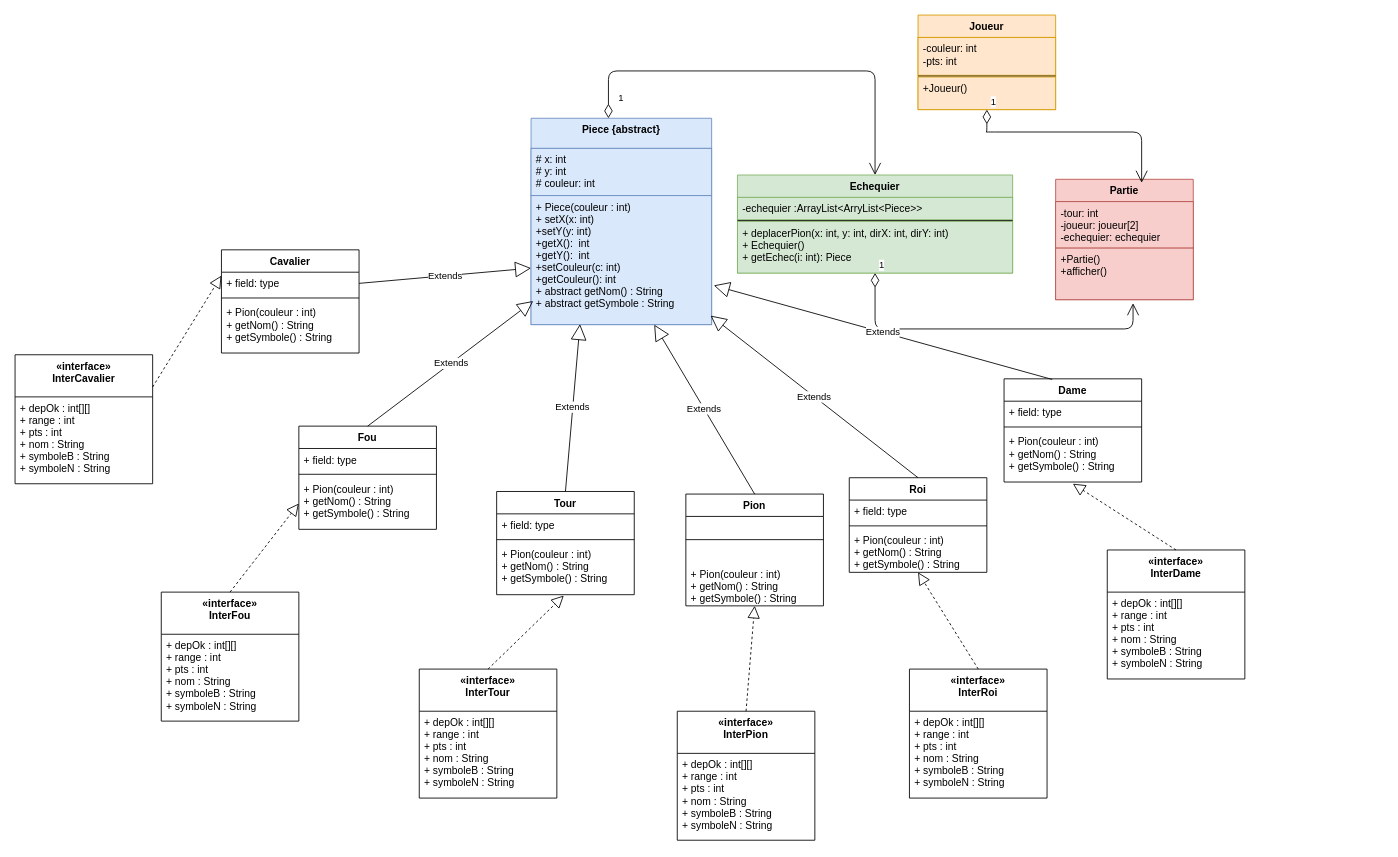
LordPax/ProjetJava keeps this draw.io diagram as diagrammes/diagramme.drawio. Above is the earlier version. Source tidied: cells renumbered, new cells numbered last; positions are measured from the earlier drawing's top-left corner, leaving out a move shared by most shapes. Both pictures are drawn from the tidied source at 86%, with x=0, y=0 at pixel (15, 15).
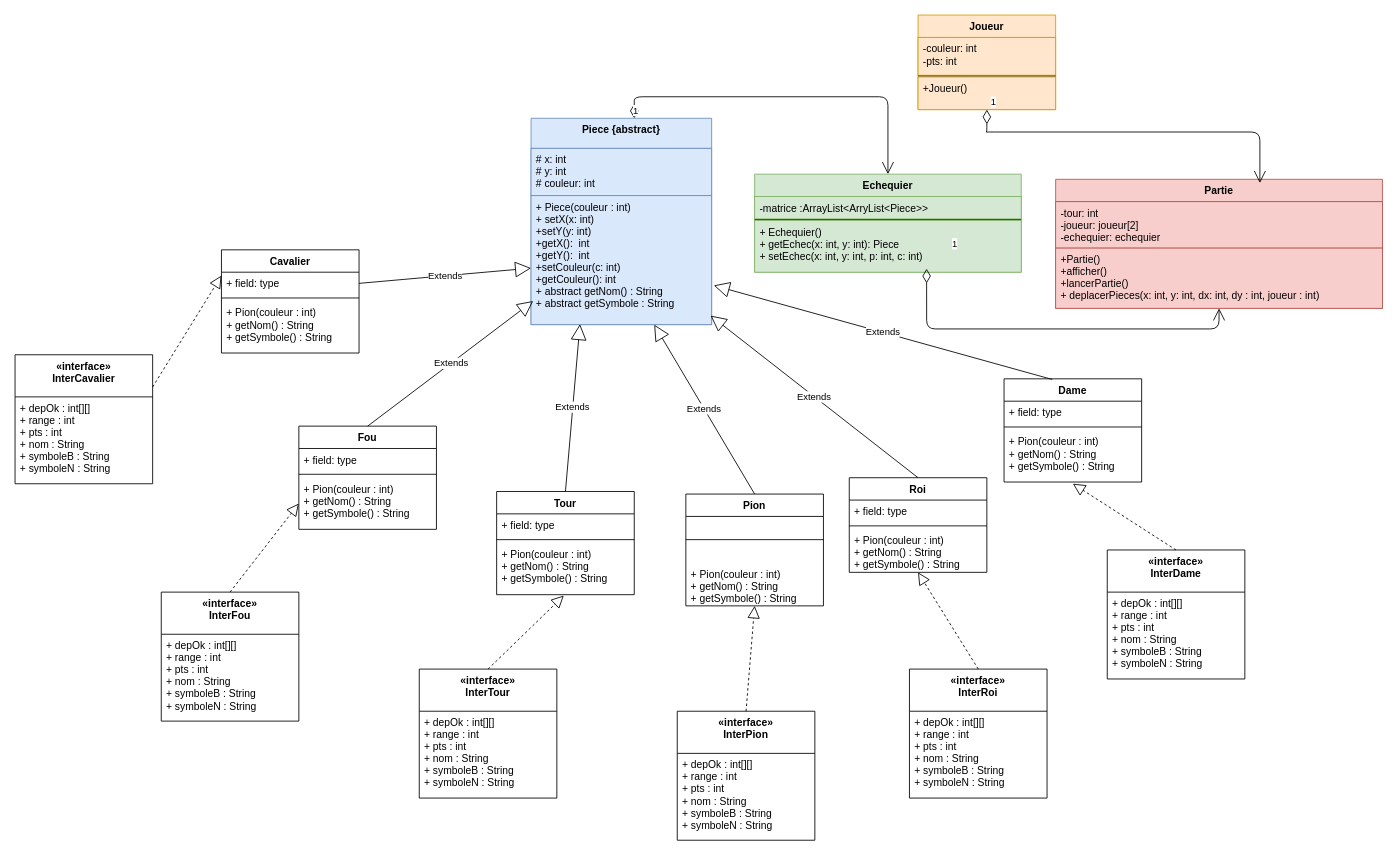
After the change.

Unchanged cells that the change refers to:
```xml
<mxCell id="2" value="Piece {abstract}" style="swimlane;fontStyle=1;align=center;verticalAlign=top;horizontal=1;startSize=35;fillColor=#dae8fc;strokeColor=#6c8ebf;" parent="1" vertex="1">
  <mxGeometry x="600" y="120" width="210" height="240" as="geometry" />
</mxCell>
```

Diff of the diagram source:
```diff
@@
     <mxCell id="6" value="Echequier" style="swimlane;fontStyle=1;align=center;verticalAlign=top;horizontal=1;startSize=26;fillColor=#d5e8d4;strokeColor=#82b366;" parent="1" vertex="1">
-      <mxGeometry x="840" y="186" width="320" height="114" as="geometry" />
+      <mxGeometry x="860" y="185" width="310" height="114" as="geometry" />
     </mxCell>
-    <mxCell id="7" value="-echequier :ArrayList&lt;ArryList&lt;Piece&gt;&gt;" style="text;strokeColor=#82b366;fillColor=#d5e8d4;align=left;verticalAlign=top;spacingLeft=4;spacingRight=4;overflow=hidden;" parent="6" vertex="1">
-      <mxGeometry y="26" width="320" height="26" as="geometry" />
+    <mxCell id="7" value="-matrice :ArrayList&lt;ArryList&lt;Piece&gt;&gt;" style="text;strokeColor=#82b366;fillColor=#d5e8d4;align=left;verticalAlign=top;spacingLeft=4;spacingRight=4;overflow=hidden;" parent="6" vertex="1">
+      <mxGeometry y="26" width="310" height="26" as="geometry" />
     </mxCell>
     <mxCell id="8" style="line;strokeWidth=1;fillColor=none;align=left;verticalAlign=middle;spacingTop=-1;spacingLeft=3;spacingRight=3;labelPosition=right;" parent="6" vertex="1">
-      <mxGeometry y="52" width="320" height="2" as="geometry" />
+      <mxGeometry y="52" width="310" height="2" as="geometry" />
     </mxCell>
-    <mxCell id="9" value="+ deplacerPion(x: int, y: int, dirX: int, dirY: int)&#10;+ Echequier()&#10;+ getEchec(i: int): Piece&#10;&#10;" style="text;strokeColor=#82b366;fillColor=#d5e8d4;align=left;verticalAlign=top;spacingLeft=4;spacingRight=4;overflow=hidden;points=[[0,0.5],[1,0.5]];portConstraint=eastwest;" parent="6" vertex="1">
-      <mxGeometry y="54" width="320" height="60" as="geometry" />
+    <mxCell id="9" value="+ Echequier()&#10;+ getEchec(x: int, y: int): Piece&#10;+ setEchec(x: int, y: int, p: int, c: int)&#10;&#10;&#10;" style="text;strokeColor=#82b366;fillColor=#d5e8d4;align=left;verticalAlign=top;spacingLeft=4;spacingRight=4;overflow=hidden;points=[[0,0.5],[1,0.5]];portConstraint=eastwest;" parent="6" vertex="1">
+      <mxGeometry y="54" width="310" height="60" as="geometry" />
     </mxCell>
     <mxCell id="10" value="Partie&#10;" style="swimlane;fontStyle=1;align=center;verticalAlign=top;horizontal=1;startSize=26;fillColor=#f8cecc;strokeColor=#b85450;" parent="1" vertex="1">
-      <mxGeometry x="1210" y="191" width="160" height="140" as="geometry" />
+      <mxGeometry x="1210" y="191" width="380" height="150" as="geometry" />
     </mxCell>
     <mxCell id="11" value="-tour: int&#10;-joueur: joueur[2]&#10;-echequier: echequier&#10;" style="text;strokeColor=#b85450;fillColor=#f8cecc;align=left;verticalAlign=top;spacingLeft=4;spacingRight=4;overflow=hidden;" parent="10" vertex="1">
-      <mxGeometry y="26" width="160" height="54" as="geometry" />
+      <mxGeometry y="26" width="380" height="54" as="geometry" />
     </mxCell>
     <mxCell id="12" style="line;strokeWidth=1;fillColor=none;align=left;verticalAlign=middle;spacingTop=-1;spacingLeft=3;spacingRight=3;labelPosition=right;" parent="10" vertex="1">
-      <mxGeometry y="80" width="160" as="geometry" />
+      <mxGeometry y="80" width="380" as="geometry" />
     </mxCell>
-    <mxCell id="13" value="+Partie()&#10;+afficher()&#10;" style="text;strokeColor=#b85450;fillColor=#f8cecc;align=left;verticalAlign=top;spacingLeft=4;spacingRight=4;overflow=hidden;" parent="10" vertex="1">
-      <mxGeometry y="80" width="160" height="60" as="geometry" />
+    <mxCell id="13" value="+Partie()&#10;+afficher()&#10;+lancerPartie()&#10;+ deplacerPieces(x: int, y: int, dx: int, dy : int, joueur : int)&#10;" style="text;strokeColor=#b85450;fillColor=#f8cecc;align=left;verticalAlign=top;spacingLeft=4;spacingRight=4;overflow=hidden;" parent="10" vertex="1">
+      <mxGeometry y="80" width="380" height="70" as="geometry" />
     </mxCell>
@@
-    <mxCell id="42" value="1" style="endArrow=open;html=1;endSize=12;startArrow=diamondThin;startSize=14;startFill=0;edgeStyle=orthogonalEdgeStyle;align=left;verticalAlign=bottom;exitX=0.5;exitY=1;exitDx=0;exitDy=0;" parent="1" edge="1" source="6">
-      <mxGeometry x="-1" y="3" relative="1" as="geometry">
-        <mxPoint x="1300" y="335" as="targetPoint" />
-        <Array as="points">
-          <mxPoint x="1000" y="365" />
-          <mxPoint x="1300" y="365" />
-        </Array>
-      </mxGeometry>
-    </mxCell>
@@
-    <mxCell id="51" value="1" style="endArrow=open;html=1;endSize=12;startArrow=diamondThin;startSize=14;startFill=0;edgeStyle=orthogonalEdgeStyle;align=left;verticalAlign=bottom;" parent="1" edge="1" source="2" target="6">
-      <mxGeometry x="-0.94" y="-10" relative="1" as="geometry">
-        <Array as="points">
-          <mxPoint x="690" y="65" />
-          <mxPoint x="1000" y="65" />
-        </Array>
-      </mxGeometry>
-    </mxCell>
@@
+    <mxCell id="51" value="1" style="endArrow=open;html=1;endSize=12;startArrow=diamondThin;startSize=14;startFill=0;edgeStyle=orthogonalEdgeStyle;align=left;verticalAlign=bottom;entryX=0.5;entryY=0;entryDx=0;entryDy=0;" parent="1" edge="1" source="2" target="6">
+      <mxGeometry x="-1" y="3" relative="1" as="geometry">
+        <Array as="points">
+          <mxPoint x="720" y="95" />
+          <mxPoint x="1015" y="95" />
+        </Array>
+      </mxGeometry>
+    </mxCell>
+    <mxCell id="68" value="1" style="endArrow=open;html=1;endSize=12;startArrow=diamondThin;startSize=14;startFill=0;edgeStyle=orthogonalEdgeStyle;align=left;verticalAlign=bottom;entryX=0.5;entryY=1;entryDx=0;entryDy=0;exitX=0.645;exitY=0.933;exitDx=0;exitDy=0;exitPerimeter=0;" parent="1" edge="1" source="9" target="10">
+      <mxGeometry x="-0.55" y="90" relative="1" as="geometry">
+        <Array as="points">
+          <mxPoint x="1060" y="365" />
+          <mxPoint x="1400" y="365" />
+        </Array>
+      </mxGeometry>
+    </mxCell>
```
